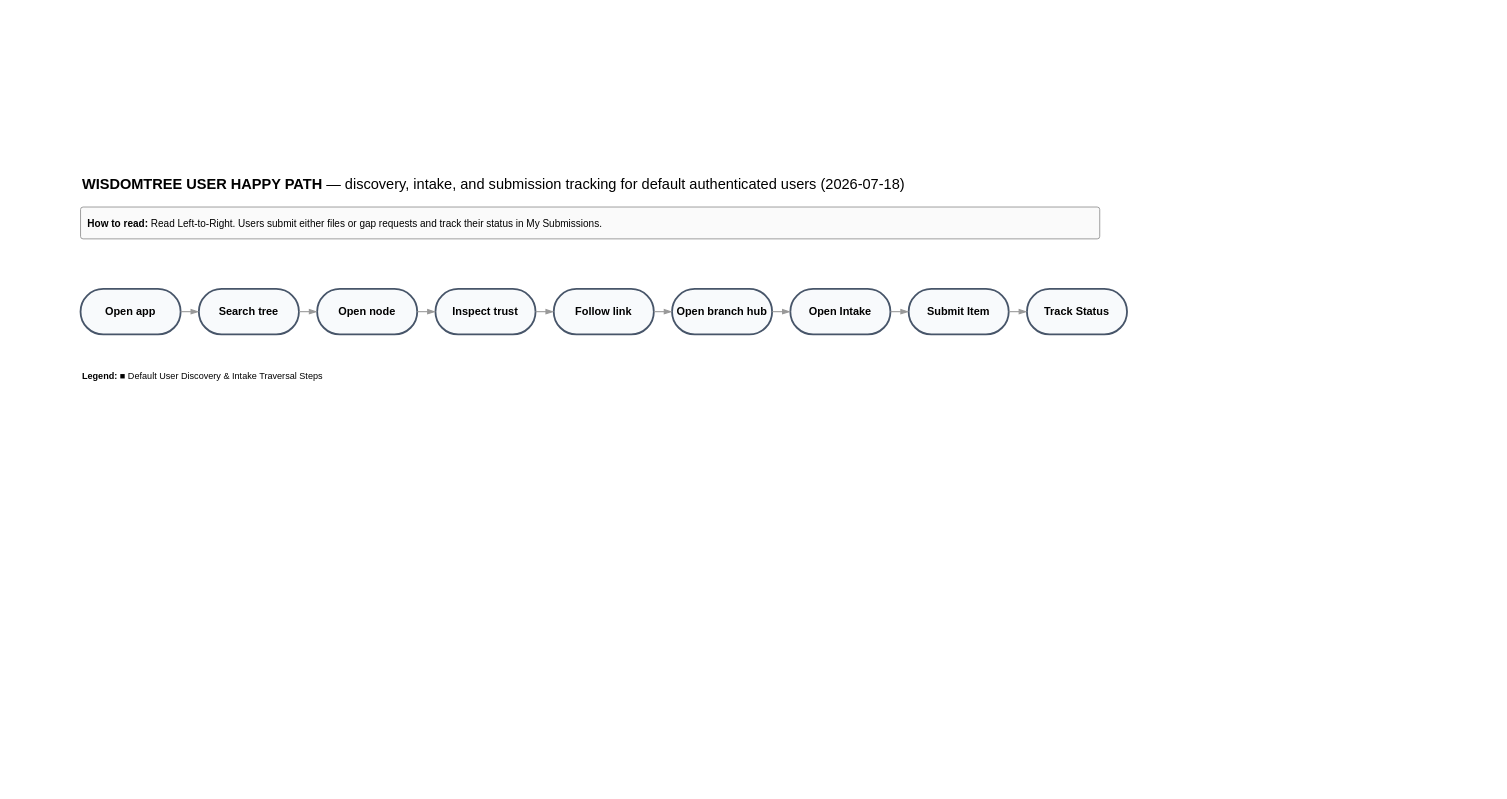
The draw.io diagram docs/diagrams/user-happy-path.drawio in chicuongwg/WisdomTree, before the edit. Source tidied: cells renumbered, new cells numbered last; positions are measured from the earlier drawing's top-left corner, leaving out a move shared by most shapes. Both pictures are drawn from the tidied source at 91%, with x=0, y=0 at pixel (80, 170).
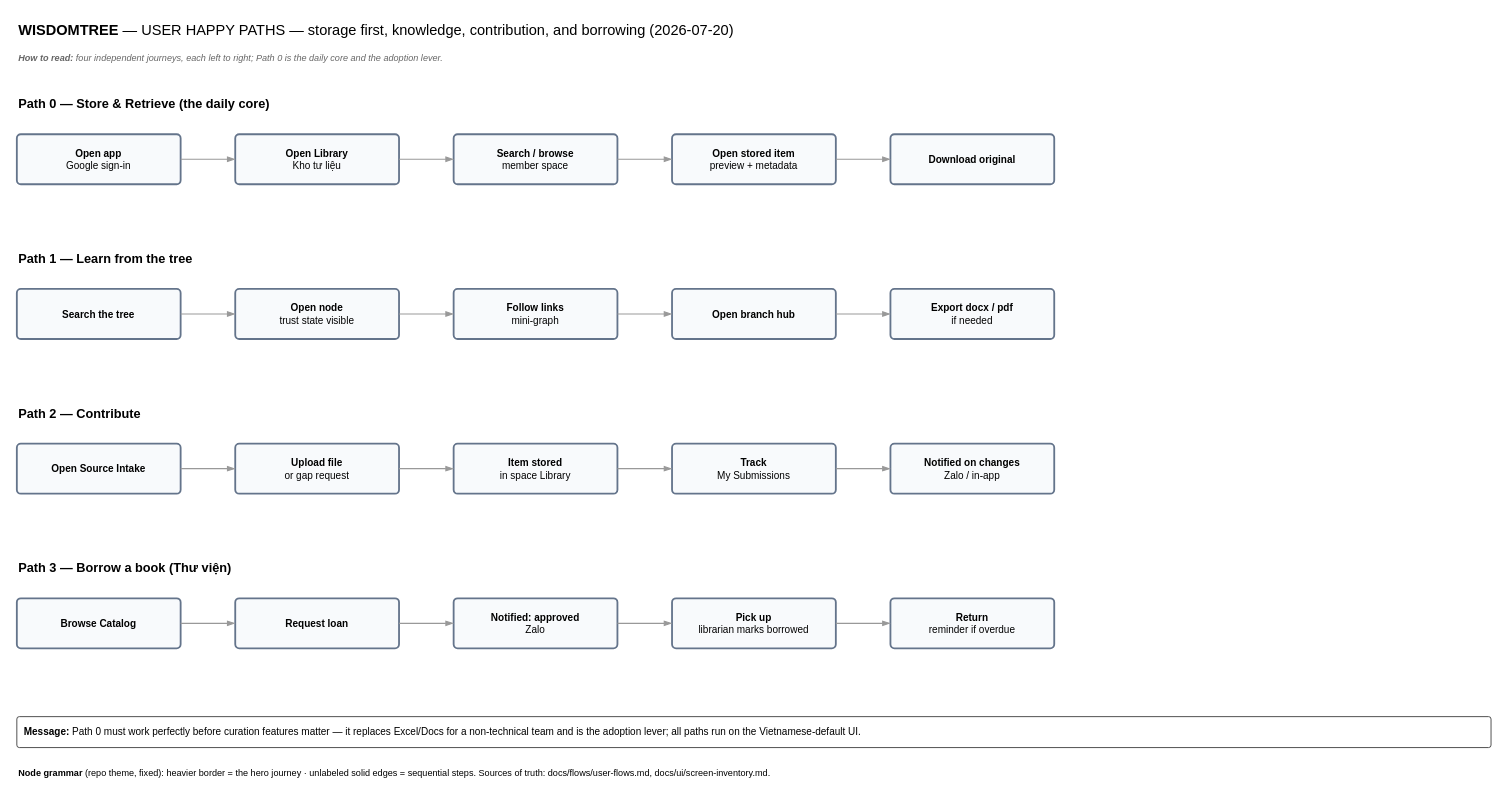
The same page after the edit.

Change to the diagram source:
```diff
@@
-    <mxCell id="2" value="&lt;b&gt;WISDOMTREE USER HAPPY PATH&lt;/b&gt; — discovery, intake, and submission tracking for default authenticated users (2026-07-18)" style="text;html=1;align=left;verticalAlign=middle;fontSize=16;fontColor=#000000;" parent="1" vertex="1">
-      <mxGeometry width="1200" height="30" as="geometry" />
-    </mxCell>
-    <mxCell id="3" value="Open app" style="rounded=1;whiteSpace=wrap;html=1;arcSize=50;fillColor=#F8FAFC;strokeColor=#475569;strokeWidth=2;fontColor=#000000;fontSize=12;fontStyle=1;align=center;" parent="1" vertex="1">
-      <mxGeometry y="130" width="110" height="50" as="geometry" />
-    </mxCell>
-    <mxCell id="4" value="Search tree" style="rounded=1;whiteSpace=wrap;html=1;arcSize=50;fillColor=#F8FAFC;strokeColor=#475569;strokeWidth=2;fontColor=#000000;fontSize=12;fontStyle=1;align=center;" parent="1" vertex="1">
-      <mxGeometry x="130" y="130" width="110" height="50" as="geometry" />
-    </mxCell>
-    <mxCell id="5" value="Open node" style="rounded=1;whiteSpace=wrap;html=1;arcSize=50;fillColor=#F8FAFC;strokeColor=#475569;strokeWidth=2;fontColor=#000000;fontSize=12;fontStyle=1;align=center;" parent="1" vertex="1">
-      <mxGeometry x="260" y="130" width="110" height="50" as="geometry" />
-    </mxCell>
-    <mxCell id="6" value="Inspect trust" style="rounded=1;whiteSpace=wrap;html=1;arcSize=50;fillColor=#F8FAFC;strokeColor=#475569;strokeWidth=2;fontColor=#000000;fontSize=12;fontStyle=1;align=center;" parent="1" vertex="1">
-      <mxGeometry x="390" y="130" width="110" height="50" as="geometry" />
-    </mxCell>
-    <mxCell id="7" value="Follow link" style="rounded=1;whiteSpace=wrap;html=1;arcSize=50;fillColor=#F8FAFC;strokeColor=#475569;strokeWidth=2;fontColor=#000000;fontSize=12;fontStyle=1;align=center;" parent="1" vertex="1">
-      <mxGeometry x="520" y="130" width="110" height="50" as="geometry" />
-    </mxCell>
+    <mxCell id="22" value="&lt;b&gt;WISDOMTREE&lt;/b&gt; — USER HAPPY PATHS — storage first, knowledge, contribution, and borrowing (2026-07-20)" style="text;html=1;align=left;verticalAlign=middle;fontSize=16;fontColor=#000000;" parent="1" vertex="1">
+      <mxGeometry x="-70" y="-170" width="1620" height="30" as="geometry" />
+    </mxCell>
+    <mxCell id="23" value="&lt;i&gt;&lt;b&gt;How to read:&lt;/b&gt; four independent journeys, each left to right; Path 0 is the daily core and the adoption lever.&lt;/i&gt;" style="text;html=1;align=left;fontSize=10;fontColor=#666666;" parent="1" vertex="1">
+      <mxGeometry x="-70" y="-136" width="1620" height="20" as="geometry" />
+    </mxCell>
+    <mxCell id="24" value="Path 0 — Store &amp;amp; Retrieve (the daily core)" style="text;html=1;align=left;verticalAlign=middle;fontStyle=1;fontSize=14;fontColor=#000000;" parent="1" vertex="1">
+      <mxGeometry x="-70" y="-86" width="700" height="26" as="geometry" />
+    </mxCell>
+    <mxCell id="25" value="&lt;b&gt;Open app&lt;/b&gt;&lt;br&gt;Google sign-in" style="rounded=1;whiteSpace=wrap;html=1;arcSize=8;fillColor=#F8FAFC;strokeColor=#64748B;strokeWidth=2;fontColor=#000000;fontSize=11;align=center;strokeWidth=2;" parent="1" vertex="1">
+      <mxGeometry x="-70" y="-40" width="180" height="55" as="geometry" />
+    </mxCell>
+    <mxCell id="26" value="&lt;b&gt;Open Library&lt;/b&gt;&lt;br&gt;Kho t&amp;#432; li&amp;#7879;u" style="rounded=1;whiteSpace=wrap;html=1;arcSize=8;fillColor=#F8FAFC;strokeColor=#64748B;strokeWidth=2;fontColor=#000000;fontSize=11;align=center;strokeWidth=2;" parent="1" vertex="1">
+      <mxGeometry x="170" y="-40" width="180" height="55" as="geometry" />
+    </mxCell>
+    <mxCell id="27" style="edgeStyle=orthogonalEdgeStyle;rounded=1;html=1;fontColor=#000000;labelBackgroundColor=#ffffff;jumpStyle=arc;jumpSize=6;endArrow=blockThin;endFill=1;strokeWidth=1.2;strokeColor=#999999;strokeWidth=1.2;exitX=1;exitY=0.5;entryX=0;entryY=0.5;" parent="1" edge="1" source="25" target="26">
+      <mxGeometry relative="1" as="geometry" />
+    </mxCell>
+    <mxCell id="28" value="&lt;b&gt;Search / browse&lt;/b&gt;&lt;br&gt;member space" style="rounded=1;whiteSpace=wrap;html=1;arcSize=8;fillColor=#F8FAFC;strokeColor=#64748B;strokeWidth=2;fontColor=#000000;fontSize=11;align=center;strokeWidth=2;" parent="1" vertex="1">
+      <mxGeometry x="410" y="-40" width="180" height="55" as="geometry" />
+    </mxCell>
+    <mxCell id="29" style="edgeStyle=orthogonalEdgeStyle;rounded=1;html=1;fontColor=#000000;labelBackgroundColor=#ffffff;jumpStyle=arc;jumpSize=6;endArrow=blockThin;endFill=1;strokeWidth=1.2;strokeColor=#999999;strokeWidth=1.2;exitX=1;exitY=0.5;entryX=0;entryY=0.5;" parent="1" edge="1" source="26" target="28">
+      <mxGeometry relative="1" as="geometry" />
+    </mxCell>
+    <mxCell id="30" value="&lt;b&gt;Open stored item&lt;/b&gt;&lt;br&gt;preview + metadata" style="rounded=1;whiteSpace=wrap;html=1;arcSize=8;fillColor=#F8FAFC;strokeColor=#64748B;strokeWidth=2;fontColor=#000000;fontSize=11;align=center;strokeWidth=2;" parent="1" vertex="1">
+      <mxGeometry x="650" y="-40" width="180" height="55" as="geometry" />
+    </mxCell>
+    <mxCell id="31" style="edgeStyle=orthogonalEdgeStyle;rounded=1;html=1;fontColor=#000000;labelBackgroundColor=#ffffff;jumpStyle=arc;jumpSize=6;endArrow=blockThin;endFill=1;strokeWidth=1.2;strokeColor=#999999;strokeWidth=1.2;exitX=1;exitY=0.5;entryX=0;entryY=0.5;" parent="1" edge="1" source="28" target="30">
+      <mxGeometry relative="1" as="geometry" />
+    </mxCell>
+    <mxCell id="32" value="&lt;b&gt;Download original&lt;/b&gt;" style="rounded=1;whiteSpace=wrap;html=1;arcSize=8;fillColor=#F8FAFC;strokeColor=#64748B;strokeWidth=2;fontColor=#000000;fontSize=11;align=center;strokeWidth=2;" parent="1" vertex="1">
+      <mxGeometry x="890" y="-40" width="180" height="55" as="geometry" />
+    </mxCell>
+    <mxCell id="33" style="edgeStyle=orthogonalEdgeStyle;rounded=1;html=1;fontColor=#000000;labelBackgroundColor=#ffffff;jumpStyle=arc;jumpSize=6;endArrow=blockThin;endFill=1;strokeWidth=1.2;strokeColor=#999999;strokeWidth=1.2;exitX=1;exitY=0.5;entryX=0;entryY=0.5;" parent="1" edge="1" source="30" target="32">
+      <mxGeometry relative="1" as="geometry" />
+    </mxCell>
+    <mxCell id="34" value="Path 1 — Learn from the tree" style="text;html=1;align=left;verticalAlign=middle;fontStyle=1;fontSize=14;fontColor=#000000;" parent="1" vertex="1">
+      <mxGeometry x="-70" y="84" width="700" height="26" as="geometry" />
+    </mxCell>
+    <mxCell id="35" value="&lt;b&gt;Search the tree&lt;/b&gt;" style="rounded=1;whiteSpace=wrap;html=1;arcSize=8;fillColor=#F8FAFC;strokeColor=#64748B;strokeWidth=2;fontColor=#000000;fontSize=11;align=center;" parent="1" vertex="1">
+      <mxGeometry x="-70" y="130" width="180" height="55" as="geometry" />
+    </mxCell>
+    <mxCell id="36" value="&lt;b&gt;Open node&lt;/b&gt;&lt;br&gt;trust state visible" style="rounded=1;whiteSpace=wrap;html=1;arcSize=8;fillColor=#F8FAFC;strokeColor=#64748B;strokeWidth=2;fontColor=#000000;fontSize=11;align=center;" parent="1" vertex="1">
+      <mxGeometry x="170" y="130" width="180" height="55" as="geometry" />
+    </mxCell>
+    <mxCell id="37" style="edgeStyle=orthogonalEdgeStyle;rounded=1;html=1;fontColor=#000000;labelBackgroundColor=#ffffff;jumpStyle=arc;jumpSize=6;endArrow=blockThin;endFill=1;strokeWidth=1.2;strokeColor=#999999;strokeWidth=1.2;exitX=1;exitY=0.5;entryX=0;entryY=0.5;" parent="1" edge="1" source="35" target="36">
+      <mxGeometry relative="1" as="geometry" />
+    </mxCell>
+    <mxCell id="38" value="&lt;b&gt;Follow links&lt;/b&gt;&lt;br&gt;mini-graph" style="rounded=1;whiteSpace=wrap;html=1;arcSize=8;fillColor=#F8FAFC;strokeColor=#64748B;strokeWidth=2;fontColor=#000000;fontSize=11;align=center;" parent="1" vertex="1">
+      <mxGeometry x="410" y="130" width="180" height="55" as="geometry" />
+    </mxCell>
+    <mxCell id="39" style="edgeStyle=orthogonalEdgeStyle;rounded=1;html=1;fontColor=#000000;labelBackgroundColor=#ffffff;jumpStyle=arc;jumpSize=6;endArrow=blockThin;endFill=1;strokeWidth=1.2;strokeColor=#999999;strokeWidth=1.2;exitX=1;exitY=0.5;entryX=0;entryY=0.5;" parent="1" edge="1" source="36" target="38">
+      <mxGeometry relative="1" as="geometry" />
+    </mxCell>
-    <mxCell id="8" value="Open branch hub" style="rounded=1;whiteSpace=wrap;html=1;arcSize=50;fillColor=#F8FAFC;strokeColor=#475569;strokeWidth=2;fontColor=#000000;fontSize=12;fontStyle=1;align=center;" parent="1" vertex="1">
-      <mxGeometry x="650" y="130" width="110" height="50" as="geometry" />
+    <mxCell id="8" value="&lt;b&gt;Open branch hub&lt;/b&gt;" style="rounded=1;whiteSpace=wrap;html=1;arcSize=8;fillColor=#F8FAFC;strokeColor=#64748B;strokeWidth=2;fontColor=#000000;fontSize=11;align=center;" parent="1" vertex="1">
+      <mxGeometry x="650" y="130" width="180" height="55" as="geometry" />
     </mxCell>
-    <mxCell id="9" value="Open Intake" style="rounded=1;whiteSpace=wrap;html=1;arcSize=50;fillColor=#F8FAFC;strokeColor=#475569;strokeWidth=2;fontColor=#000000;fontSize=12;fontStyle=1;align=center;" parent="1" vertex="1">
-      <mxGeometry x="780" y="130" width="110" height="50" as="geometry" />
-    </mxCell>
-    <mxCell id="10" value="Submit Item" style="rounded=1;whiteSpace=wrap;html=1;arcSize=50;fillColor=#F8FAFC;strokeColor=#475569;strokeWidth=2;fontColor=#000000;fontSize=12;fontStyle=1;align=center;" parent="1" vertex="1">
-      <mxGeometry x="910" y="130" width="110" height="50" as="geometry" />
-    </mxCell>
-    <mxCell id="11" value="Track Status" style="rounded=1;whiteSpace=wrap;html=1;arcSize=50;fillColor=#F8FAFC;strokeColor=#475569;strokeWidth=2;fontColor=#000000;fontSize=12;fontStyle=1;align=center;" parent="1" vertex="1">
-      <mxGeometry x="1040" y="130" width="110" height="50" as="geometry" />
-    </mxCell>
-    <mxCell id="12" value="&lt;b&gt;How to read:&lt;/b&gt; Read Left-to-Right. Users submit either files or gap requests and track their status in My Submissions." style="rounded=1;whiteSpace=wrap;html=1;align=left;spacing=8;fillColor=#FAFAFA;strokeColor=#969696;fontColor=#000000;fontSize=11;arcSize=8;" parent="1" vertex="1">
-      <mxGeometry y="40" width="1120" height="35" as="geometry" />
-    </mxCell>
-    <mxCell id="13" value="&lt;b&gt;Legend:&lt;/b&gt; ■ Default User Discovery &amp;amp; Intake Traversal Steps" style="text;html=1;align=left;verticalAlign=middle;fontSize=10;fontColor=#000000;" parent="1" vertex="1">
-      <mxGeometry y="210" width="1120" height="30" as="geometry" />
-    </mxCell>
-    <mxCell id="14" style="edgeStyle=orthogonalEdgeStyle;rounded=1;html=1;fontColor=#000000;labelBackgroundColor=#ffffff;jumpStyle=arc;jumpSize=6;endArrow=blockThin;endFill=1;strokeWidth=1.2;strokeColor=#999999;" parent="1" edge="1" source="3" target="4">
-      <mxGeometry relative="1" as="geometry" />
-    </mxCell>
-    <mxCell id="15" style="edgeStyle=orthogonalEdgeStyle;rounded=1;html=1;fontColor=#000000;labelBackgroundColor=#ffffff;jumpStyle=arc;jumpSize=6;endArrow=blockThin;endFill=1;strokeWidth=1.2;strokeColor=#999999;" parent="1" edge="1" source="4" target="5">
-      <mxGeometry relative="1" as="geometry" />
-    </mxCell>
-    <mxCell id="16" style="edgeStyle=orthogonalEdgeStyle;rounded=1;html=1;fontColor=#000000;labelBackgroundColor=#ffffff;jumpStyle=arc;jumpSize=6;endArrow=blockThin;endFill=1;strokeWidth=1.2;strokeColor=#999999;" parent="1" edge="1" source="5" target="6">
-      <mxGeometry relative="1" as="geometry" />
-    </mxCell>
-    <mxCell id="17" style="edgeStyle=orthogonalEdgeStyle;rounded=1;html=1;fontColor=#000000;labelBackgroundColor=#ffffff;jumpStyle=arc;jumpSize=6;endArrow=blockThin;endFill=1;strokeWidth=1.2;strokeColor=#999999;" parent="1" edge="1" source="6" target="7">
-      <mxGeometry relative="1" as="geometry" />
-    </mxCell>
-    <mxCell id="18" style="edgeStyle=orthogonalEdgeStyle;rounded=1;html=1;fontColor=#000000;labelBackgroundColor=#ffffff;jumpStyle=arc;jumpSize=6;endArrow=blockThin;endFill=1;strokeWidth=1.2;strokeColor=#999999;" parent="1" edge="1" source="7" target="8">
-      <mxGeometry relative="1" as="geometry" />
-    </mxCell>
-    <mxCell id="19" style="edgeStyle=orthogonalEdgeStyle;rounded=1;html=1;fontColor=#000000;labelBackgroundColor=#ffffff;jumpStyle=arc;jumpSize=6;endArrow=blockThin;endFill=1;strokeWidth=1.2;strokeColor=#999999;" parent="1" edge="1" source="8" target="9">
-      <mxGeometry relative="1" as="geometry" />
-    </mxCell>
-    <mxCell id="20" style="edgeStyle=orthogonalEdgeStyle;rounded=1;html=1;fontColor=#000000;labelBackgroundColor=#ffffff;jumpStyle=arc;jumpSize=6;endArrow=blockThin;endFill=1;strokeWidth=1.2;strokeColor=#999999;" parent="1" edge="1" source="9" target="10">
-      <mxGeometry relative="1" as="geometry" />
-    </mxCell>
-    <mxCell id="21" style="edgeStyle=orthogonalEdgeStyle;rounded=1;html=1;fontColor=#000000;labelBackgroundColor=#ffffff;jumpStyle=arc;jumpSize=6;endArrow=blockThin;endFill=1;strokeWidth=1.2;strokeColor=#999999;" parent="1" edge="1" source="10" target="11">
-      <mxGeometry relative="1" as="geometry" />
-    </mxCell>
+    <mxCell id="40" style="edgeStyle=orthogonalEdgeStyle;rounded=1;html=1;fontColor=#000000;labelBackgroundColor=#ffffff;jumpStyle=arc;jumpSize=6;endArrow=blockThin;endFill=1;strokeWidth=1.2;strokeColor=#999999;strokeWidth=1.2;exitX=1;exitY=0.5;entryX=0;entryY=0.5;" parent="1" edge="1" source="38" target="8">
+      <mxGeometry relative="1" as="geometry" />
+    </mxCell>
+    <mxCell id="41" value="&lt;b&gt;Export docx / pdf&lt;/b&gt;&lt;br&gt;if needed" style="rounded=1;whiteSpace=wrap;html=1;arcSize=8;fillColor=#F8FAFC;strokeColor=#64748B;strokeWidth=2;fontColor=#000000;fontSize=11;align=center;" parent="1" vertex="1">
+      <mxGeometry x="890" y="130" width="180" height="55" as="geometry" />
+    </mxCell>
+    <mxCell id="42" style="edgeStyle=orthogonalEdgeStyle;rounded=1;html=1;fontColor=#000000;labelBackgroundColor=#ffffff;jumpStyle=arc;jumpSize=6;endArrow=blockThin;endFill=1;strokeWidth=1.2;strokeColor=#999999;strokeWidth=1.2;exitX=1;exitY=0.5;entryX=0;entryY=0.5;" parent="1" edge="1" source="8" target="41">
+      <mxGeometry relative="1" as="geometry" />
+    </mxCell>
+    <mxCell id="43" value="Path 2 — Contribute" style="text;html=1;align=left;verticalAlign=middle;fontStyle=1;fontSize=14;fontColor=#000000;" parent="1" vertex="1">
+      <mxGeometry x="-70" y="254" width="700" height="26" as="geometry" />
+    </mxCell>
+    <mxCell id="44" value="&lt;b&gt;Open Source Intake&lt;/b&gt;" style="rounded=1;whiteSpace=wrap;html=1;arcSize=8;fillColor=#F8FAFC;strokeColor=#64748B;strokeWidth=2;fontColor=#000000;fontSize=11;align=center;" parent="1" vertex="1">
+      <mxGeometry x="-70" y="300" width="180" height="55" as="geometry" />
+    </mxCell>
+    <mxCell id="45" value="&lt;b&gt;Upload file&lt;/b&gt;&lt;br&gt;or gap request" style="rounded=1;whiteSpace=wrap;html=1;arcSize=8;fillColor=#F8FAFC;strokeColor=#64748B;strokeWidth=2;fontColor=#000000;fontSize=11;align=center;" parent="1" vertex="1">
+      <mxGeometry x="170" y="300" width="180" height="55" as="geometry" />
+    </mxCell>
+    <mxCell id="46" style="edgeStyle=orthogonalEdgeStyle;rounded=1;html=1;fontColor=#000000;labelBackgroundColor=#ffffff;jumpStyle=arc;jumpSize=6;endArrow=blockThin;endFill=1;strokeWidth=1.2;strokeColor=#999999;strokeWidth=1.2;exitX=1;exitY=0.5;entryX=0;entryY=0.5;" parent="1" edge="1" source="44" target="45">
+      <mxGeometry relative="1" as="geometry" />
+    </mxCell>
+    <mxCell id="47" value="&lt;b&gt;Item stored&lt;/b&gt;&lt;br&gt;in space Library" style="rounded=1;whiteSpace=wrap;html=1;arcSize=8;fillColor=#F8FAFC;strokeColor=#64748B;strokeWidth=2;fontColor=#000000;fontSize=11;align=center;" parent="1" vertex="1">
+      <mxGeometry x="410" y="300" width="180" height="55" as="geometry" />
+    </mxCell>
+    <mxCell id="48" style="edgeStyle=orthogonalEdgeStyle;rounded=1;html=1;fontColor=#000000;labelBackgroundColor=#ffffff;jumpStyle=arc;jumpSize=6;endArrow=blockThin;endFill=1;strokeWidth=1.2;strokeColor=#999999;strokeWidth=1.2;exitX=1;exitY=0.5;entryX=0;entryY=0.5;" parent="1" edge="1" source="45" target="47">
+      <mxGeometry relative="1" as="geometry" />
+    </mxCell>
+    <mxCell id="49" value="&lt;b&gt;Track&lt;/b&gt;&lt;br&gt;My Submissions" style="rounded=1;whiteSpace=wrap;html=1;arcSize=8;fillColor=#F8FAFC;strokeColor=#64748B;strokeWidth=2;fontColor=#000000;fontSize=11;align=center;" parent="1" vertex="1">
+      <mxGeometry x="650" y="300" width="180" height="55" as="geometry" />
+    </mxCell>
+    <mxCell id="50" style="edgeStyle=orthogonalEdgeStyle;rounded=1;html=1;fontColor=#000000;labelBackgroundColor=#ffffff;jumpStyle=arc;jumpSize=6;endArrow=blockThin;endFill=1;strokeWidth=1.2;strokeColor=#999999;strokeWidth=1.2;exitX=1;exitY=0.5;entryX=0;entryY=0.5;" parent="1" edge="1" source="47" target="49">
+      <mxGeometry relative="1" as="geometry" />
+    </mxCell>
+    <mxCell id="51" value="&lt;b&gt;Notified on changes&lt;/b&gt;&lt;br&gt;Zalo / in-app" style="rounded=1;whiteSpace=wrap;html=1;arcSize=8;fillColor=#F8FAFC;strokeColor=#64748B;strokeWidth=2;fontColor=#000000;fontSize=11;align=center;" parent="1" vertex="1">
+      <mxGeometry x="890" y="300" width="180" height="55" as="geometry" />
+    </mxCell>
+    <mxCell id="52" style="edgeStyle=orthogonalEdgeStyle;rounded=1;html=1;fontColor=#000000;labelBackgroundColor=#ffffff;jumpStyle=arc;jumpSize=6;endArrow=blockThin;endFill=1;strokeWidth=1.2;strokeColor=#999999;strokeWidth=1.2;exitX=1;exitY=0.5;entryX=0;entryY=0.5;" parent="1" edge="1" source="49" target="51">
+      <mxGeometry relative="1" as="geometry" />
+    </mxCell>
+    <mxCell id="53" value="Path 3 — Borrow a book (Th&amp;#432; vi&amp;#7879;n)" style="text;html=1;align=left;verticalAlign=middle;fontStyle=1;fontSize=14;fontColor=#000000;" parent="1" vertex="1">
+      <mxGeometry x="-70" y="424" width="700" height="26" as="geometry" />
+    </mxCell>
+    <mxCell id="54" value="&lt;b&gt;Browse Catalog&lt;/b&gt;" style="rounded=1;whiteSpace=wrap;html=1;arcSize=8;fillColor=#F8FAFC;strokeColor=#64748B;strokeWidth=2;fontColor=#000000;fontSize=11;align=center;" parent="1" vertex="1">
+      <mxGeometry x="-70" y="470" width="180" height="55" as="geometry" />
+    </mxCell>
+    <mxCell id="55" value="&lt;b&gt;Request loan&lt;/b&gt;" style="rounded=1;whiteSpace=wrap;html=1;arcSize=8;fillColor=#F8FAFC;strokeColor=#64748B;strokeWidth=2;fontColor=#000000;fontSize=11;align=center;" parent="1" vertex="1">
+      <mxGeometry x="170" y="470" width="180" height="55" as="geometry" />
+    </mxCell>
+    <mxCell id="56" style="edgeStyle=orthogonalEdgeStyle;rounded=1;html=1;fontColor=#000000;labelBackgroundColor=#ffffff;jumpStyle=arc;jumpSize=6;endArrow=blockThin;endFill=1;strokeWidth=1.2;strokeColor=#999999;strokeWidth=1.2;exitX=1;exitY=0.5;entryX=0;entryY=0.5;" parent="1" edge="1" source="54" target="55">
+      <mxGeometry relative="1" as="geometry" />
+    </mxCell>
+    <mxCell id="57" value="&lt;b&gt;Notified: approved&lt;/b&gt;&lt;br&gt;Zalo" style="rounded=1;whiteSpace=wrap;html=1;arcSize=8;fillColor=#F8FAFC;strokeColor=#64748B;strokeWidth=2;fontColor=#000000;fontSize=11;align=center;" parent="1" vertex="1">
+      <mxGeometry x="410" y="470" width="180" height="55" as="geometry" />
+    </mxCell>
+    <mxCell id="58" style="edgeStyle=orthogonalEdgeStyle;rounded=1;html=1;fontColor=#000000;labelBackgroundColor=#ffffff;jumpStyle=arc;jumpSize=6;endArrow=blockThin;endFill=1;strokeWidth=1.2;strokeColor=#999999;strokeWidth=1.2;exitX=1;exitY=0.5;entryX=0;entryY=0.5;" parent="1" edge="1" source="55" target="57">
+      <mxGeometry relative="1" as="geometry" />
+    </mxCell>
+    <mxCell id="59" value="&lt;b&gt;Pick up&lt;/b&gt;&lt;br&gt;librarian marks borrowed" style="rounded=1;whiteSpace=wrap;html=1;arcSize=8;fillColor=#F8FAFC;strokeColor=#64748B;strokeWidth=2;fontColor=#000000;fontSize=11;align=center;" parent="1" vertex="1">
+      <mxGeometry x="650" y="470" width="180" height="55" as="geometry" />
+    </mxCell>
+    <mxCell id="60" style="edgeStyle=orthogonalEdgeStyle;rounded=1;html=1;fontColor=#000000;labelBackgroundColor=#ffffff;jumpStyle=arc;jumpSize=6;endArrow=blockThin;endFill=1;strokeWidth=1.2;strokeColor=#999999;strokeWidth=1.2;exitX=1;exitY=0.5;entryX=0;entryY=0.5;" parent="1" edge="1" source="57" target="59">
+      <mxGeometry relative="1" as="geometry" />
+    </mxCell>
+    <mxCell id="61" value="&lt;b&gt;Return&lt;/b&gt;&lt;br&gt;reminder if overdue" style="rounded=1;whiteSpace=wrap;html=1;arcSize=8;fillColor=#F8FAFC;strokeColor=#64748B;strokeWidth=2;fontColor=#000000;fontSize=11;align=center;" parent="1" vertex="1">
+      <mxGeometry x="890" y="470" width="180" height="55" as="geometry" />
+    </mxCell>
+    <mxCell id="62" style="edgeStyle=orthogonalEdgeStyle;rounded=1;html=1;fontColor=#000000;labelBackgroundColor=#ffffff;jumpStyle=arc;jumpSize=6;endArrow=blockThin;endFill=1;strokeWidth=1.2;strokeColor=#999999;strokeWidth=1.2;exitX=1;exitY=0.5;entryX=0;entryY=0.5;" parent="1" edge="1" source="59" target="61">
+      <mxGeometry relative="1" as="geometry" />
+    </mxCell>
+    <mxCell id="63" value="&lt;b&gt;Message:&lt;/b&gt; Path 0 must work perfectly before curation features matter — it replaces Excel/Docs for a non-technical team and is the adoption lever; all paths run on the Vietnamese-default UI." style="rounded=1;whiteSpace=wrap;html=1;fillColor=#FFFFFF;strokeColor=#404040;fontColor=#000000;fontSize=11;arcSize=8;align=left;spacing=8;" parent="1" vertex="1">
+      <mxGeometry x="-70" y="600" width="1620" height="34" as="geometry" />
+    </mxCell>
+    <mxCell id="64" value="&lt;b&gt;Node grammar&lt;/b&gt; (repo theme, fixed): heavier border = the hero journey · unlabeled solid edges = sequential steps. Sources of truth: docs/flows/user-flows.md, docs/ui/screen-inventory.md." style="text;html=1;align=left;verticalAlign=middle;fontSize=10;fontColor=#000000;" parent="1" vertex="1">
+      <mxGeometry x="-70" y="650" width="1620" height="24" as="geometry" />
+    </mxCell>
```
